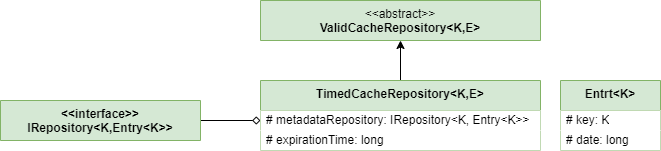
BrunoMNDantas/Repository4J keeps this draw.io diagram as docs/TimedCacheRepository.png. Above is the earlier version. Source tidied: cells renumbered, new cells last; positions are measured from the earlier drawing's top-left corner, leaving out a move shared by most shapes. Its diagram source:
```xml
<mxGraphModel>
  <root>
    <mxCell id="0" />
    <mxCell id="1" parent="0" />
    <mxCell id="2" style="edgeStyle=orthogonalEdgeStyle;rounded=0;jettySize=auto;html=1;entryX=0.5;entryY=1;entryDx=0;entryDy=0;" parent="1" edge="1" source="3" target="8">
      <mxGeometry relative="1" as="geometry" />
    </mxCell>
    <mxCell id="3" value="&lt;div&gt;&lt;b style=&quot;background-color: transparent; color: light-dark(rgb(0, 0, 0), rgb(255, 255, 255));&quot;&gt;TimedCacheRepository&amp;lt;K,E&amp;gt;&lt;/b&gt;&lt;/div&gt;" style="swimlane;fontStyle=0;align=center;verticalAlign=top;horizontal=1;startSize=30;html=1;whiteSpace=wrap;fillColor=#d5e8d4;strokeColor=#82b366;" parent="1" vertex="1">
      <mxGeometry x="260" y="80" width="280" height="70" as="geometry" />
    </mxCell>
    <mxCell id="4" value="# metadataRepository: IRepository&amp;lt;K, Entry&amp;lt;K&amp;gt;&amp;gt;" style="text;html=1;align=left;verticalAlign=middle;spacingLeft=4;spacingRight=4;overflow=hidden;points=[[0,0.5],[1,0.5]];portConstraint=eastwest;whiteSpace=wrap;fillColor=default;" parent="3" vertex="1">
      <mxGeometry y="30" width="280" height="20" as="geometry" />
    </mxCell>
    <mxCell id="5" value="# expirationTime: long" style="text;html=1;align=left;verticalAlign=middle;spacingLeft=4;spacingRight=4;overflow=hidden;whiteSpace=wrap;fillColor=default;" parent="3" vertex="1">
      <mxGeometry y="50" width="280" height="20" as="geometry" />
    </mxCell>
    <mxCell id="6" style="edgeStyle=orthogonalEdgeStyle;rounded=0;jettySize=auto;html=1;exitX=1;exitY=0.5;exitDx=0;exitDy=0;entryX=0;entryY=0.5;entryDx=0;entryDy=0;endArrow=diamond;endFill=0;" parent="1" edge="1" source="7" target="4">
      <mxGeometry relative="1" as="geometry" />
    </mxCell>
    <mxCell id="7" value="&lt;div&gt;&lt;b style=&quot;background-color: transparent; color: light-dark(rgb(0, 0, 0), rgb(255, 255, 255));&quot;&gt;&amp;lt;&amp;lt;interface&amp;gt;&amp;gt;&lt;/b&gt;&lt;/div&gt;&lt;div&gt;&lt;b style=&quot;background-color: transparent; color: light-dark(rgb(0, 0, 0), rgb(255, 255, 255));&quot;&gt;IRepository&amp;lt;K,Entry&amp;lt;K&amp;gt;&amp;gt;&lt;/b&gt;&lt;/div&gt;" style="swimlane;fontStyle=0;align=center;verticalAlign=top;horizontal=1;startSize=40;html=1;whiteSpace=wrap;fillColor=#d5e8d4;strokeColor=#82b366;" parent="1" vertex="1">
      <mxGeometry y="100" width="200" height="40" as="geometry" />
    </mxCell>
    <mxCell id="8" value="&amp;lt;&amp;lt;abstract&amp;gt;&amp;gt;&lt;br&gt;&lt;b&gt;ValidCacheRepository&amp;lt;K,E&amp;gt;&lt;/b&gt;" style="swimlane;fontStyle=0;align=center;verticalAlign=top;horizontal=1;startSize=40;html=1;whiteSpace=wrap;fillColor=#d5e8d4;strokeColor=#82b366;" parent="1" vertex="1">
      <mxGeometry x="260" width="280" height="40" as="geometry" />
    </mxCell>
    <mxCell id="9" value="&lt;div&gt;&lt;b style=&quot;background-color: transparent; color: light-dark(rgb(0, 0, 0), rgb(255, 255, 255));&quot;&gt;Entrt&amp;lt;K&amp;gt;&lt;/b&gt;&lt;/div&gt;" style="swimlane;fontStyle=0;align=center;verticalAlign=top;horizontal=1;startSize=30;html=1;whiteSpace=wrap;fillColor=#d5e8d4;strokeColor=#82b366;" parent="1" vertex="1">
      <mxGeometry x="560" y="80" width="100" height="70" as="geometry" />
    </mxCell>
    <mxCell id="10" value="# key: K" style="text;html=1;align=left;verticalAlign=middle;spacingLeft=4;spacingRight=4;overflow=hidden;whiteSpace=wrap;fillColor=default;" parent="9" vertex="1">
      <mxGeometry y="30" width="100" height="20" as="geometry" />
    </mxCell>
    <mxCell id="11" value="# date: long" style="text;html=1;align=left;verticalAlign=middle;spacingLeft=4;spacingRight=4;overflow=hidden;whiteSpace=wrap;fillColor=default;" parent="9" vertex="1">
      <mxGeometry y="50" width="100" height="20" as="geometry" />
    </mxCell>
  </root>
</mxGraphModel>
```
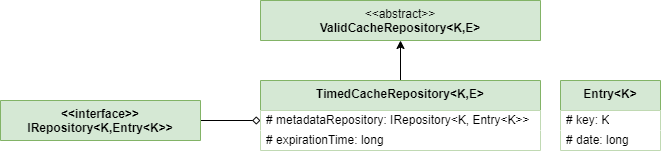
Later version of the same file.

Commit message:
TimedCacheRepository UML diagram fixed

The edit, as a diff of the source:
```diff
@@ -23,7 +23,7 @@
     <mxCell id="8" value="&amp;lt;&amp;lt;abstract&amp;gt;&amp;gt;&lt;br&gt;&lt;b&gt;ValidCacheRepository&amp;lt;K,E&amp;gt;&lt;/b&gt;" style="swimlane;fontStyle=0;align=center;verticalAlign=top;horizontal=1;startSize=40;html=1;whiteSpace=wrap;fillColor=#d5e8d4;strokeColor=#82b366;" parent="1" vertex="1">
       <mxGeometry x="260" width="280" height="40" as="geometry" />
     </mxCell>
-    <mxCell id="9" value="&lt;div&gt;&lt;b style=&quot;background-color: transparent; color: light-dark(rgb(0, 0, 0), rgb(255, 255, 255));&quot;&gt;Entrt&amp;lt;K&amp;gt;&lt;/b&gt;&lt;/div&gt;" style="swimlane;fontStyle=0;align=center;verticalAlign=top;horizontal=1;startSize=30;html=1;whiteSpace=wrap;fillColor=#d5e8d4;strokeColor=#82b366;" parent="1" vertex="1">
+    <mxCell id="9" value="&lt;div&gt;&lt;b style=&quot;background-color: transparent; color: light-dark(rgb(0, 0, 0), rgb(255, 255, 255));&quot;&gt;Entry&amp;lt;K&amp;gt;&lt;/b&gt;&lt;/div&gt;" style="swimlane;fontStyle=0;align=center;verticalAlign=top;horizontal=1;startSize=30;html=1;whiteSpace=wrap;fillColor=#d5e8d4;strokeColor=#82b366;" parent="1" vertex="1">
       <mxGeometry x="560" y="80" width="100" height="70" as="geometry" />
     </mxCell>
     <mxCell id="10" value="# key: K" style="text;html=1;align=left;verticalAlign=middle;spacingLeft=4;spacingRight=4;overflow=hidden;whiteSpace=wrap;fillColor=default;" parent="9" vertex="1">
```
